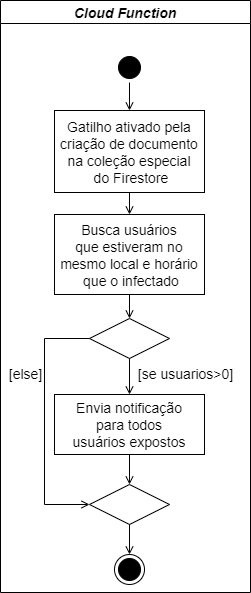
Before: docs/figuras/Diagrama de atividades - Notificacao.png, a diagram exported from draw.io (Feggah/tcc). Source tidied: cells renumbered, new cells last; positions are measured from the earlier drawing's top-left corner, leaving out a move shared by most shapes. Source of this version:
```xml
<mxGraphModel background="#ffffff">
  <root>
    <mxCell id="0" />
    <mxCell id="1" parent="0" />
    <mxCell id="2" value="Cloud Function" style="swimlane;whiteSpace=wrap;startSize=23;fontStyle=3;fontSize=14;" parent="1" vertex="1">
      <mxGeometry width="250" height="592" as="geometry" />
    </mxCell>
    <mxCell id="3" value="Gatilho ativado pela&#10;criação de documento&#10;na coleção especial&#10; do Firestore" style="fontSize=14;" parent="2" vertex="1">
      <mxGeometry x="54" y="110" width="150" height="82" as="geometry" />
    </mxCell>
    <mxCell id="4" value="Busca usuários&#10;que estiveram no &#10;mesmo local e horário&#10; que o infectado" style="fontSize=14;" parent="2" vertex="1">
      <mxGeometry x="54" y="214" width="150" height="80" as="geometry" />
    </mxCell>
    <mxCell id="5" style="endArrow=open;endFill=1;rounded=0;entryX=0.5;entryY=0;entryDx=0;entryDy=0;exitX=0.5;exitY=1;exitDx=0;exitDy=0;" parent="2" edge="1" source="3" target="4">
      <mxGeometry relative="1" as="geometry" />
    </mxCell>
    <mxCell id="6" style="rhombus;fillColor=#FFFFFF;" parent="2" vertex="1">
      <mxGeometry x="89" y="318" width="80" height="40" as="geometry" />
    </mxCell>
    <mxCell id="7" style="endArrow=open;endFill=1;rounded=0;entryX=0.5;entryY=0;entryDx=0;entryDy=0;exitX=0.5;exitY=1;exitDx=0;exitDy=0;" parent="2" edge="1" source="4" target="6">
      <mxGeometry relative="1" as="geometry" />
    </mxCell>
    <mxCell id="8" value="&lt;font style=&quot;font-size: 14px&quot;&gt;[se usuarios&amp;gt;0]&lt;/font&gt;" style="text;html=1;align=center;verticalAlign=middle;strokeColor=none;" parent="2" vertex="1">
      <mxGeometry x="130" y="363" width="110" height="20" as="geometry" />
    </mxCell>
    <mxCell id="9" style="endArrow=open;endFill=1;rounded=0;entryX=0;entryY=0.5;entryDx=0;entryDy=0;exitX=0;exitY=0.5;exitDx=0;exitDy=0;" parent="2" edge="1" source="6" target="13">
      <mxGeometry relative="1" as="geometry">
        <Array as="points">
          <mxPoint x="44" y="338" />
          <mxPoint x="44" y="504" />
        </Array>
      </mxGeometry>
    </mxCell>
    <mxCell id="10" value="Envia notificação&#10;para todos &#10;usuários expostos" style="fontSize=14;" parent="2" vertex="1">
      <mxGeometry x="54" y="394" width="150" height="60" as="geometry" />
    </mxCell>
    <mxCell id="11" style="endArrow=open;endFill=1;rounded=0;entryX=0.5;entryY=0;entryDx=0;entryDy=0;exitX=0.5;exitY=1;exitDx=0;exitDy=0;" parent="2" edge="1" source="6" target="10">
      <mxGeometry relative="1" as="geometry" />
    </mxCell>
    <mxCell id="12" style="ellipse;shape=endState;fillColor=#000000;" parent="2" vertex="1">
      <mxGeometry x="114" y="554" width="30" height="30" as="geometry" />
    </mxCell>
    <mxCell id="13" style="rhombus;fillColor=#FFFFFF;" parent="2" vertex="1">
      <mxGeometry x="89" y="484" width="80" height="40" as="geometry" />
    </mxCell>
    <mxCell id="14" style="endArrow=open;endFill=1;rounded=0;entryX=0.5;entryY=0;entryDx=0;entryDy=0;exitX=0.5;exitY=1;exitDx=0;exitDy=0;" parent="2" edge="1" source="10" target="13">
      <mxGeometry relative="1" as="geometry" />
    </mxCell>
    <mxCell id="15" value="&lt;font style=&quot;font-size: 14px&quot;&gt;[else]&lt;/font&gt;" style="text;html=1;align=center;verticalAlign=middle;strokeColor=none;" parent="2" vertex="1">
      <mxGeometry y="363" width="50" height="20" as="geometry" />
    </mxCell>
    <mxCell id="16" style="endArrow=open;endFill=1;rounded=0;entryX=0.5;entryY=0;entryDx=0;entryDy=0;exitX=0.5;exitY=1;exitDx=0;exitDy=0;" parent="2" edge="1" source="13" target="12">
      <mxGeometry relative="1" as="geometry" />
    </mxCell>
    <mxCell id="17" style="ellipse;shape=startState;fillColor=#000000;" parent="2" vertex="1">
      <mxGeometry x="114" y="52" width="30" height="30" as="geometry" />
    </mxCell>
    <mxCell id="18" style="endArrow=open;endFill=1;rounded=0;exitX=0.5;exitY=1;exitDx=0;exitDy=0;entryX=0.5;entryY=0;entryDx=0;entryDy=0;" parent="2" edge="1" source="17" target="3">
      <mxGeometry relative="1" as="geometry" />
    </mxCell>
  </root>
</mxGraphModel>
```
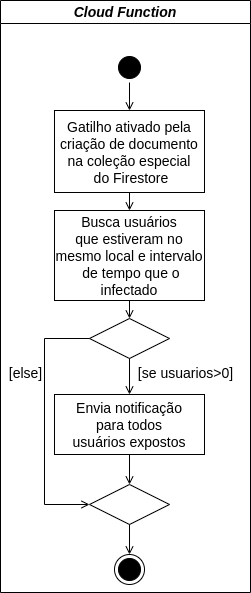
After the change.

The edit, as a diff of the source:
```diff
@@ -8,8 +8,8 @@
     <mxCell id="3" value="Gatilho ativado pela&#10;criação de documento&#10;na coleção especial&#10; do Firestore" style="fontSize=14;" parent="2" vertex="1">
       <mxGeometry x="54" y="110" width="150" height="82" as="geometry" />
     </mxCell>
-    <mxCell id="4" value="Busca usuários&#10;que estiveram no &#10;mesmo local e horário&#10; que o infectado" style="fontSize=14;" parent="2" vertex="1">
-      <mxGeometry x="54" y="214" width="150" height="80" as="geometry" />
+    <mxCell id="4" value="Busca usuários&#10;que estiveram no &#10;mesmo local e intervalo&#10; de tempo que o &#10;infectado" style="fontSize=14;" parent="2" vertex="1">
+      <mxGeometry x="54" y="210" width="150" height="90" as="geometry" />
     </mxCell>
     <mxCell id="5" style="endArrow=open;endFill=1;rounded=0;entryX=0.5;entryY=0;entryDx=0;entryDy=0;exitX=0.5;exitY=1;exitDx=0;exitDy=0;" parent="2" edge="1" source="3" target="4">
       <mxGeometry relative="1" as="geometry" />
```
